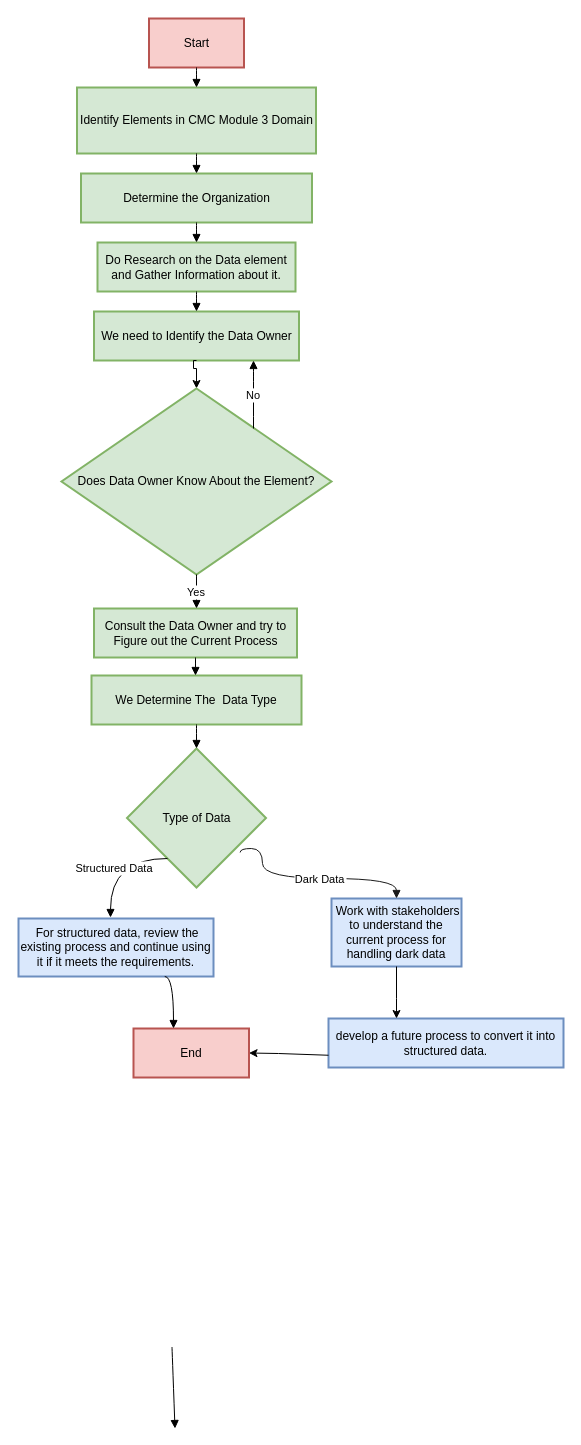
The draw.io diagram a1.drawio in pavanaj007/pavanaj0071, before the edit. Source tidied: cells renumbered, new cells numbered last; positions are measured from the earlier drawing's top-left corner, leaving out a move shared by most shapes. Both pictures are drawn from the tidied source at 100%, with x=0, y=0 at pixel (18, 18).
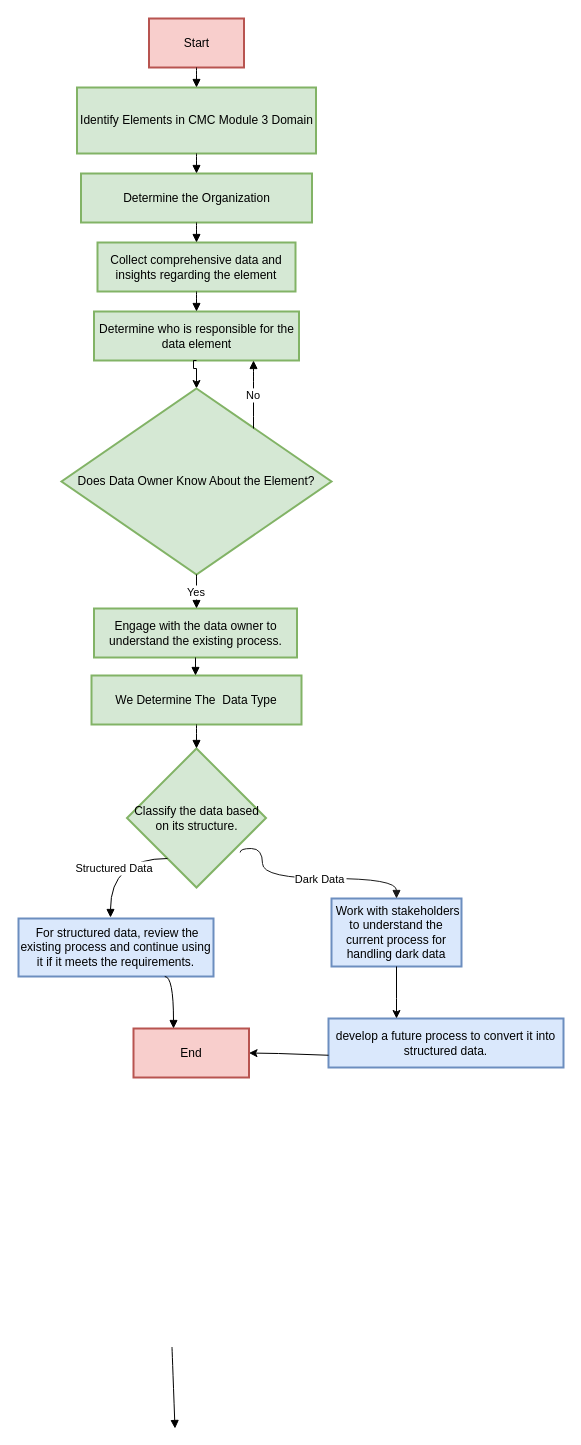
The same diagram, later.

What changed in the source:
```diff
@@
-    <mxCell id="5" value="Do Research on the Data element and Gather Information about it." style="whiteSpace=wrap;strokeWidth=2;fillColor=#d5e8d4;strokeColor=#82b366;" parent="1" vertex="1">
+    <mxCell id="5" value="Collect comprehensive data and insights regarding the element" style="whiteSpace=wrap;strokeWidth=2;fillColor=#d5e8d4;strokeColor=#82b366;fontStyle=0;" parent="1" vertex="1">
       <mxGeometry x="79" y="224" width="198" height="49" as="geometry" />
     </mxCell>
-    <mxCell id="6" value="We need to Identify the Data Owner" style="whiteSpace=wrap;strokeWidth=2;fillColor=#d5e8d4;strokeColor=#82b366;" parent="1" vertex="1">
+    <mxCell id="6" value="Determine who is responsible for the data element" style="whiteSpace=wrap;strokeWidth=2;fillColor=#d5e8d4;strokeColor=#82b366;" parent="1" vertex="1">
       <mxGeometry x="75.5" y="293" width="205" height="49" as="geometry" />
     </mxCell>
@@
-    <mxCell id="9" value="Consult the Data Owner and try to&#10;Figure out the Current Process" style="whiteSpace=wrap;strokeWidth=2;fillColor=#d5e8d4;strokeColor=#82b366;" parent="1" vertex="1">
+    <mxCell id="9" value="Engage with the data owner to understand the existing process." style="whiteSpace=wrap;strokeWidth=2;fillColor=#d5e8d4;strokeColor=#82b366;" parent="1" vertex="1">
       <mxGeometry x="75.5" y="590" width="203" height="49" as="geometry" />
     </mxCell>
@@
-    <mxCell id="11" value="Type of Data" style="rhombus;strokeWidth=2;whiteSpace=wrap;fillColor=#d5e8d4;strokeColor=#82b366;" parent="1" vertex="1">
+    <mxCell id="11" value="Classify the data based on its structure." style="rhombus;strokeWidth=2;whiteSpace=wrap;fillColor=#d5e8d4;strokeColor=#82b366;" parent="1" vertex="1">
       <mxGeometry x="108.5" y="730" width="139" height="139" as="geometry" />
     </mxCell>
```
